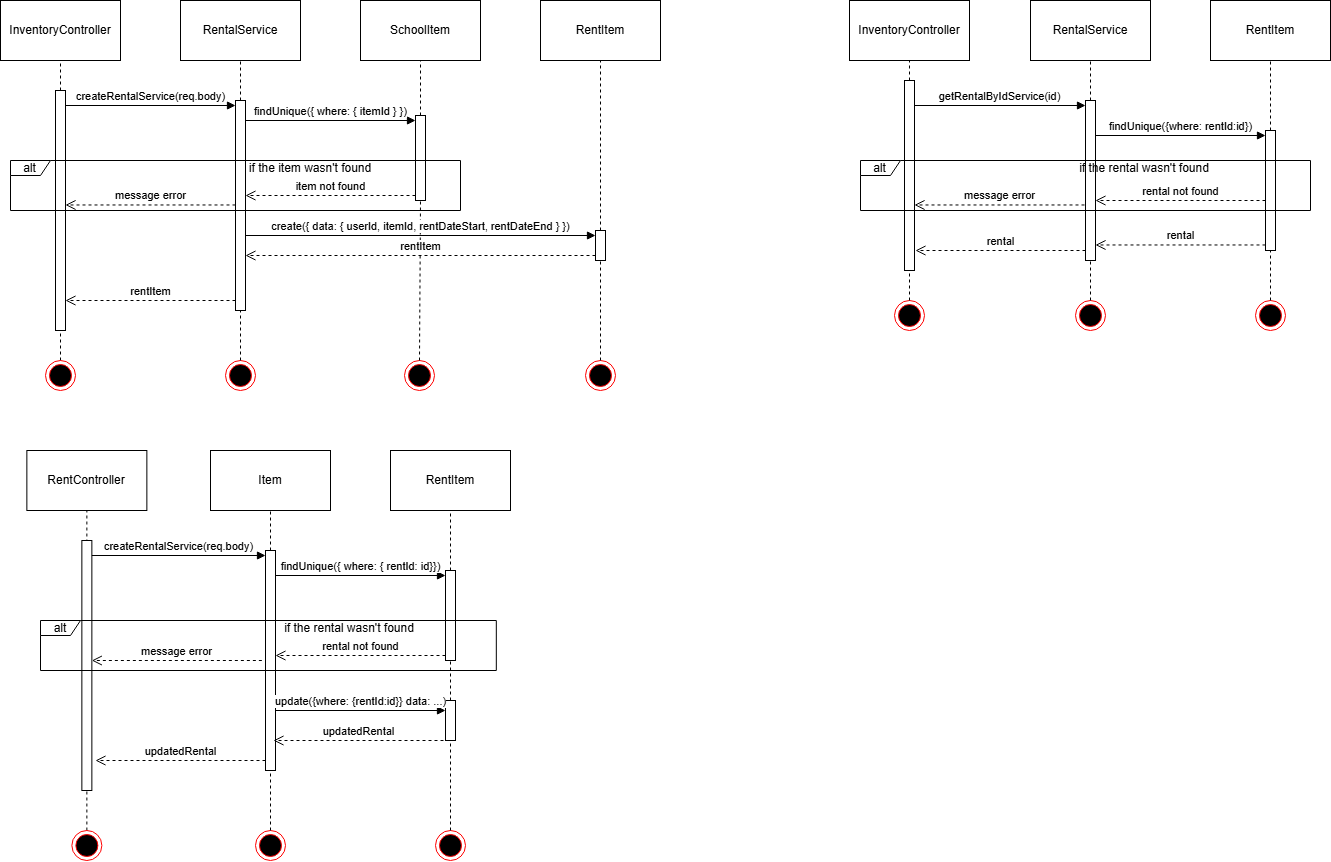
This is docs/diagrams/sequence/assets/sequence-rent.png from nricardoba/lesi-pds-pw-dance-school, a draw.io export, as it was before one commit. Source tidied: cells renumbered, new cells last; positions are measured from the earlier drawing's top-left corner, leaving out a move shared by most shapes.
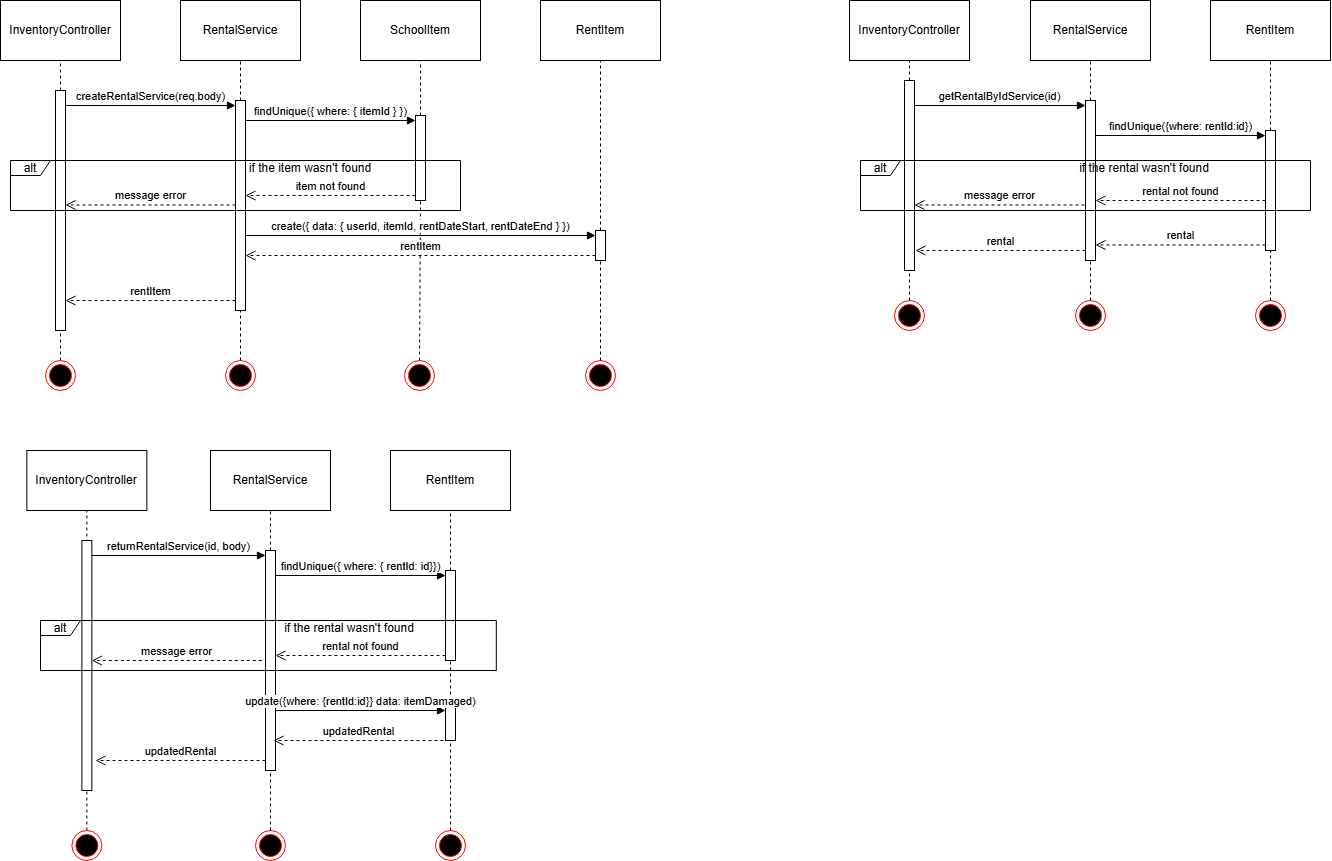
Later version of the same file.

Commit message:
fix: update sequence diagram for rental service and controller naming

Change to the diagram source:
```diff
@@ -41,7 +41,7 @@
     <mxCell id="14" style="ellipse;html=1;shape=endState;fillColor=#000000;strokeColor=#ff0000;" parent="1" vertex="1">
       <mxGeometry x="1255" y="300" width="30" height="30" as="geometry" />
     </mxCell>
-    <mxCell id="15" value="Item" style="rounded=0;whiteSpace=wrap;html=1;" parent="1" vertex="1">
+    <mxCell id="15" value="RentalService" style="rounded=0;whiteSpace=wrap;html=1;" parent="1" vertex="1">
       <mxGeometry x="210" y="450" width="120" height="60" as="geometry" />
     </mxCell>
     <mxCell id="16" value="RentItem" style="rounded=0;whiteSpace=wrap;html=1;" parent="1" vertex="1">
@@ -74,7 +74,7 @@
     <mxCell id="25" style="ellipse;html=1;shape=endState;fillColor=#000000;strokeColor=#ff0000;" parent="1" vertex="1">
       <mxGeometry x="255" y="830" width="30" height="30" as="geometry" />
     </mxCell>
-    <mxCell id="26" value="RentController" style="rounded=0;whiteSpace=wrap;html=1;" parent="1" vertex="1">
+    <mxCell id="26" value="InventoryController" style="rounded=0;whiteSpace=wrap;html=1;" parent="1" vertex="1">
       <mxGeometry x="26.4" y="450" width="120" height="60" as="geometry" />
     </mxCell>
     <mxCell id="27" style="endArrow=none;dashed=1;html=1;rounded=0;exitX=0.5;exitY=0;exitDx=0;exitDy=0;" parent="1" edge="1" source="61">
@@ -181,7 +181,7 @@
         <mxPoint x="1095" y="200" as="targetPoint" />
       </mxGeometry>
     </mxCell>
-    <mxCell id="59" value="createRentalService(req.body)" style="html=1;verticalAlign=bottom;endArrow=block;curved=0;rounded=0;entryX=0;entryY=0;entryDx=0;entryDy=5;entryPerimeter=0;" parent="1" edge="1" source="34" target="61">
+    <mxCell id="59" value="returnRentalService(id, body)" style="html=1;verticalAlign=bottom;endArrow=block;curved=0;rounded=0;entryX=0;entryY=0;entryDx=0;entryDy=5;entryPerimeter=0;" parent="1" edge="1" source="34" target="61">
       <mxGeometry relative="1" as="geometry" />
     </mxCell>
     <mxCell id="60" style="endArrow=none;dashed=1;html=1;rounded=0;exitX=0.5;exitY=0;exitDx=0;exitDy=0;" parent="1" edge="1" source="25" target="61">
@@ -232,7 +232,7 @@
     <mxCell id="72" style="html=1;points=[[0,0,0,0,5],[0,1,0,0,-5],[1,0,0,0,5],[1,1,0,0,-5]];perimeter=orthogonalPerimeter;outlineConnect=0;targetShapes=umlLifeline;portConstraint=eastwest;newEdgeStyle={&quot;curved&quot;:0,&quot;rounded&quot;:0};" parent="1" vertex="1">
       <mxGeometry x="445" y="700" width="10" height="40" as="geometry" />
     </mxCell>
-    <mxCell id="73" value="update({where: {rentId:id}} data: ...)" style="html=1;verticalAlign=bottom;endArrow=block;curved=0;rounded=0;entryX=0;entryY=0;entryDx=0;entryDy=5;entryPerimeter=0;" parent="1" edge="1">
+    <mxCell id="73" value="update({where: {rentId:id}} data: itemDamaged)" style="html=1;verticalAlign=bottom;endArrow=block;curved=0;rounded=0;entryX=0;entryY=0;entryDx=0;entryDy=5;entryPerimeter=0;" parent="1" edge="1">
       <mxGeometry relative="1" as="geometry">
         <mxPoint x="275" y="710" as="sourcePoint" />
         <mxPoint x="445" y="710" as="targetPoint" />
```
